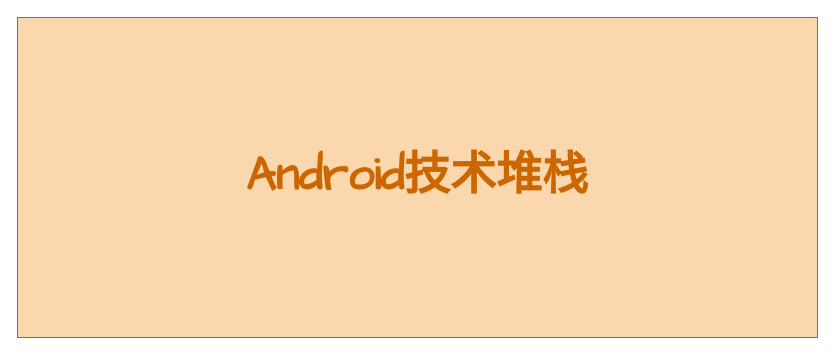
The draw.io diagram page "Page-1" (1 of 2) of Android技术堆栈 Diagram.drawio in chaozhouzhang/learning-summary, before the edit. Source tidied: cells renumbered, new cells numbered last; positions are measured from the earlier drawing's top-left corner, leaving out a move shared by most shapes. Both pictures are drawn from the tidied source at 100%, with x=0, y=0 at pixel (17, 17).
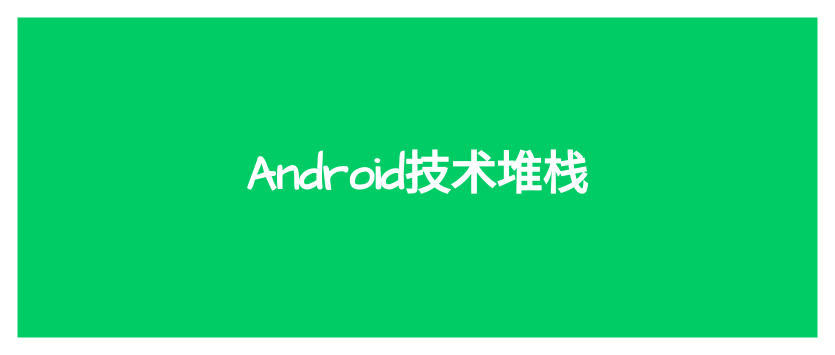
Above is the later version.

Diff of the diagram source:
```diff
@@
 <mxGraphModel>
   <root>
     <mxCell id="0" />
     <mxCell id="1" parent="0" />
-    <mxCell id="2" style="rounded=0;whiteSpace=wrap;html=1;fillColor=#fad7ac;strokeColor=#b46504;" parent="1" vertex="1">
+    <mxCell id="2" style="rounded=0;whiteSpace=wrap;html=1;fillColor=#00CC66;strokeColor=none;" parent="1" vertex="1">
       <mxGeometry width="800" height="320" as="geometry" />
     </mxCell>
-    <mxCell id="3" value="Android技术堆栈" style="text;html=1;strokeColor=none;fillColor=none;align=center;verticalAlign=middle;whiteSpace=wrap;rounded=0;fontStyle=1;fontFamily=Comic Sans MS;fontColor=#CC6600;fontSize=46;" parent="1" vertex="1">
+    <mxCell id="3" value="&lt;font color=&quot;#ffffff&quot;&gt;Android技术堆栈&lt;/font&gt;" style="text;html=1;strokeColor=none;fillColor=none;align=center;verticalAlign=middle;whiteSpace=wrap;rounded=0;fontStyle=1;fontFamily=Comic Sans MS;fontColor=#CC6600;fontSize=46;" parent="1" vertex="1">
       <mxGeometry x="10" y="150" width="780" height="20" as="geometry" />
     </mxCell>
   </root>
 </mxGraphModel>
```
